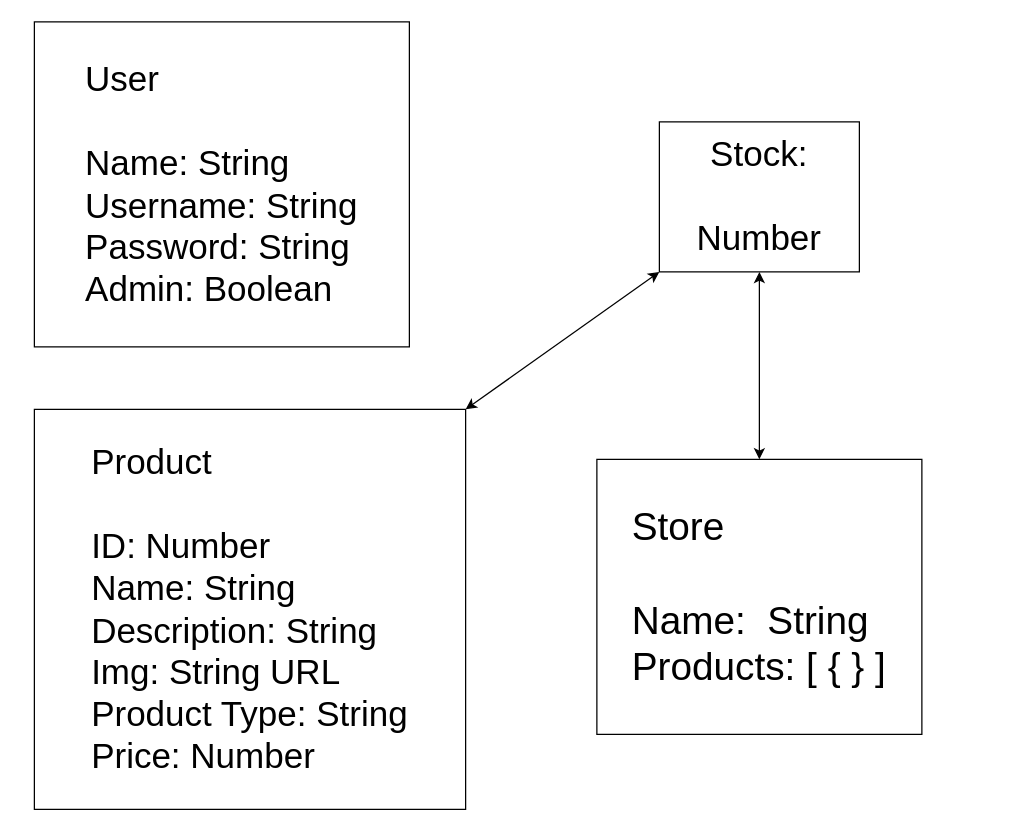
dazeyb/OutdoorGearSite keeps this draw.io diagram as ERD.drawio. Above is the earlier version. Source tidied: cells renumbered, new cells numbered last; positions are measured from the earlier drawing's top-left corner, leaving out a move shared by most shapes. Both pictures are drawn from the tidied source at 125%, with x=0, y=0 at pixel (34, 21).
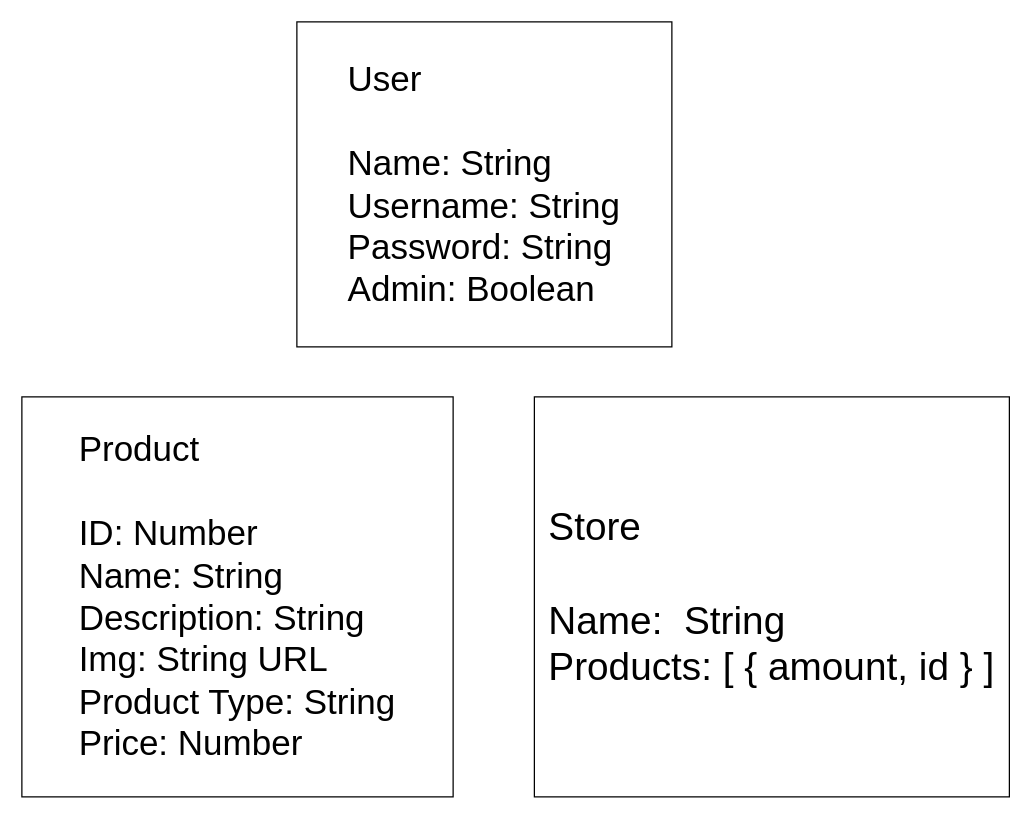
The same page after the edit.

Commit message (it also covers changes not shown here):
Added test seed data, revised ERD, tweaked data models

Change to the diagram source:
```diff
@@
 <mxGraphModel>
   <root>
     <mxCell id="0" />
     <mxCell id="1" parent="0" />
     <mxCell id="2" value="&lt;div style=&quot;text-align: left ; font-size: 28px&quot;&gt;&lt;font style=&quot;font-size: 28px&quot;&gt;User&lt;/font&gt;&lt;/div&gt;&lt;font style=&quot;font-size: 28px&quot;&gt;&lt;div style=&quot;text-align: left&quot;&gt;&lt;br&gt;&lt;/div&gt;&lt;div style=&quot;text-align: left&quot;&gt;&lt;span&gt;Name: String&lt;/span&gt;&lt;/div&gt;&lt;div style=&quot;text-align: left&quot;&gt;&lt;span&gt;Username: String&lt;/span&gt;&lt;/div&gt;&lt;div style=&quot;text-align: left&quot;&gt;&lt;span&gt;Password: String&lt;/span&gt;&lt;/div&gt;&lt;div style=&quot;text-align: left&quot;&gt;Admin: Boolean&lt;/div&gt;&lt;/font&gt;" style="rounded=0;whiteSpace=wrap;html=1;" parent="1" vertex="1">
-      <mxGeometry width="300" height="260" as="geometry" />
+      <mxGeometry x="210" width="300" height="260" as="geometry" />
     </mxCell>
     <mxCell id="3" value="&lt;div style=&quot;text-align: left&quot;&gt;&lt;span style=&quot;font-size: 28px&quot;&gt;Product&lt;/span&gt;&lt;/div&gt;&lt;font&gt;&lt;div style=&quot;text-align: left&quot;&gt;&lt;span style=&quot;font-size: 28px&quot;&gt;&lt;br&gt;&lt;/span&gt;&lt;/div&gt;&lt;div style=&quot;text-align: left&quot;&gt;&lt;span style=&quot;font-size: 28px&quot;&gt;ID: Number&lt;/span&gt;&lt;/div&gt;&lt;span style=&quot;font-size: 28px&quot;&gt;&lt;div style=&quot;text-align: left&quot;&gt;&lt;span&gt;Name: String&lt;/span&gt;&lt;/div&gt;&lt;/span&gt;&lt;span style=&quot;font-size: 28px&quot;&gt;&lt;div style=&quot;text-align: left&quot;&gt;&lt;span&gt;Description: String&lt;/span&gt;&lt;/div&gt;&lt;/span&gt;&lt;span style=&quot;font-size: 28px&quot;&gt;&lt;div style=&quot;text-align: left&quot;&gt;&lt;span&gt;Img: String URL&lt;/span&gt;&lt;/div&gt;&lt;/span&gt;&lt;span style=&quot;font-size: 28px&quot;&gt;&lt;div style=&quot;text-align: left&quot;&gt;&lt;span&gt;Product Type: String&lt;/span&gt;&lt;/div&gt;&lt;/span&gt;&lt;span style=&quot;font-size: 28px&quot;&gt;&lt;div style=&quot;text-align: left&quot;&gt;&lt;span&gt;Price: Number&lt;/span&gt;&lt;br&gt;&lt;/div&gt;&lt;/span&gt;&lt;/font&gt;" style="rounded=0;whiteSpace=wrap;html=1;" parent="1" vertex="1">
-      <mxGeometry y="310" width="345" height="320" as="geometry" />
+      <mxGeometry x="-10" y="300" width="345" height="320" as="geometry" />
     </mxCell>
-    <mxCell id="4" value="&lt;div style=&quot;text-align: left&quot;&gt;&lt;span style=&quot;font-size: 31px&quot;&gt;Store&lt;/span&gt;&lt;/div&gt;&lt;div style=&quot;text-align: left&quot;&gt;&lt;span style=&quot;font-size: 31px&quot;&gt;&lt;br&gt;&lt;/span&gt;&lt;/div&gt;&lt;font&gt;&lt;span style=&quot;font-size: 31px&quot;&gt;&lt;div style=&quot;text-align: left&quot;&gt;&lt;span&gt;Name:&amp;nbsp; String&lt;/span&gt;&lt;/div&gt;&lt;div style=&quot;text-align: left&quot;&gt;&lt;span&gt;Products: [ { } ]&lt;/span&gt;&lt;/div&gt;&lt;/span&gt;&lt;/font&gt;" style="rounded=0;whiteSpace=wrap;html=1;" parent="1" vertex="1">
-      <mxGeometry x="450" y="350" width="260" height="220" as="geometry" />
+    <mxCell id="4" value="&lt;div style=&quot;text-align: left&quot;&gt;&lt;span style=&quot;font-size: 31px&quot;&gt;Store&lt;/span&gt;&lt;/div&gt;&lt;div style=&quot;text-align: left&quot;&gt;&lt;span style=&quot;font-size: 31px&quot;&gt;&lt;br&gt;&lt;/span&gt;&lt;/div&gt;&lt;font&gt;&lt;span style=&quot;font-size: 31px&quot;&gt;&lt;div style=&quot;text-align: left&quot;&gt;&lt;span&gt;Name:&amp;nbsp; String&lt;/span&gt;&lt;/div&gt;&lt;div style=&quot;text-align: left&quot;&gt;&lt;span&gt;Products: [ { amount, id } ]&lt;/span&gt;&lt;/div&gt;&lt;/span&gt;&lt;/font&gt;" style="rounded=0;whiteSpace=wrap;html=1;" parent="1" vertex="1">
+      <mxGeometry x="400" y="300" width="380" height="320" as="geometry" />
     </mxCell>
-    <mxCell id="5" value="&lt;span style=&quot;font-size: 28px&quot;&gt;Stock:&lt;br&gt;&lt;br&gt;Number&lt;br&gt;&lt;/span&gt;" style="rounded=0;whiteSpace=wrap;html=1;" parent="1" vertex="1">
-      <mxGeometry x="500" y="80" width="160" height="120" as="geometry" />
-    </mxCell>
-    <mxCell id="6" style="endArrow=classic;startArrow=classic;html=1;entryX=0;entryY=1;entryDx=0;entryDy=0;exitX=1;exitY=0;exitDx=0;exitDy=0;" parent="1" edge="1" source="3" target="5">
-      <mxGeometry relative="1" as="geometry" />
-    </mxCell>
-    <mxCell id="7" style="endArrow=classic;startArrow=classic;html=1;entryX=0.5;entryY=1;entryDx=0;entryDy=0;exitX=0.5;exitY=0;exitDx=0;exitDy=0;" parent="1" edge="1" source="4" target="5">
-      <mxGeometry relative="1" as="geometry" />
-    </mxCell>
   </root>
 </mxGraphModel>
```
